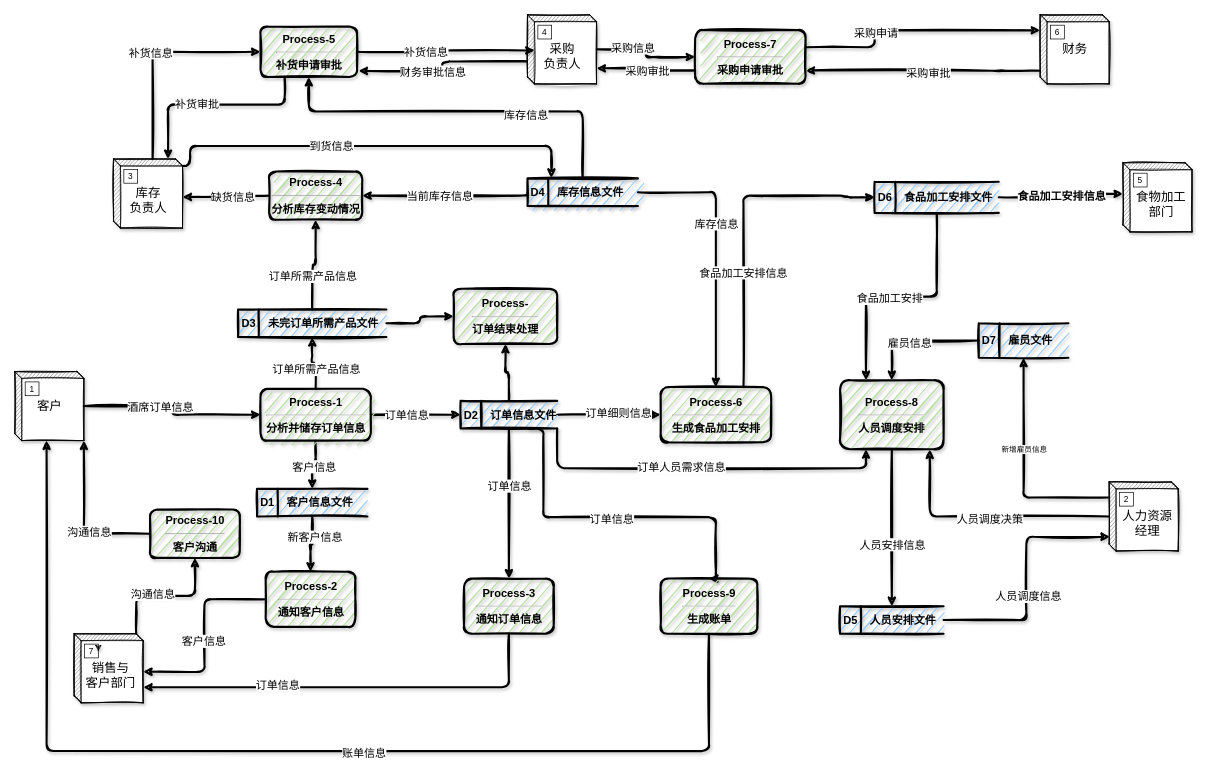
Before: DFD/DFD_layer_0.drawio in YuanchenZhu2020/DrawIO, a draw.io diagram. Source tidied: cells renumbered, new cells numbered last; positions are measured from the earlier drawing's top-left corner, leaving out a move shared by most shapes. Both pictures are drawn from the tidied source at 69%, with x=0, y=0 at pixel (14, 14).
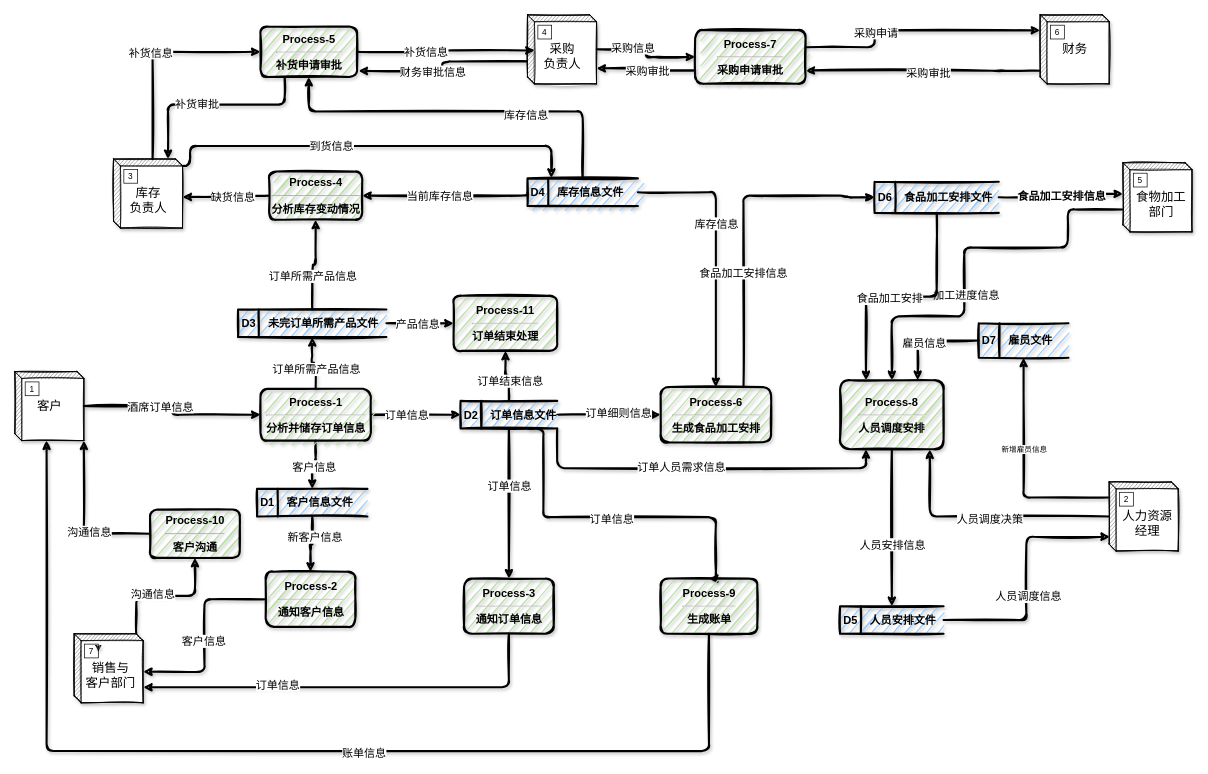
Above is the later version.

The change refers to these unchanged cells:
```xml
<mxCell id="18" value="&lt;font style=&quot;font-size: 18px&quot;&gt;&lt;br&gt;&amp;nbsp; 食物加工&lt;br&gt;&amp;nbsp; 部门&lt;/font&gt;" style="html=1;dashed=0;whitespace=wrap;shape=mxgraph.dfd.externalEntity;sketch=1;shadow=1;" parent="1" vertex="1">
  <mxGeometry x="1606" y="214.5" width="100" height="100" as="geometry" />
</mxCell>
<mxCell id="48" style="edgeStyle=orthogonalEdgeStyle;sketch=1;jettySize=auto;html=1;shadow=1;strokeWidth=3;" parent="1" edge="1" source="51" target="91">
  <mxGeometry relative="1" as="geometry" />
</mxCell>
<mxCell id="63" style="edgeStyle=orthogonalEdgeStyle;sketch=1;jettySize=auto;html=1;entryX=0;entryY=0.5;entryDx=0;entryDy=0;shadow=1;strokeWidth=3;" parent="1" edge="1" source="64" target="91">
  <mxGeometry relative="1" as="geometry" />
</mxCell>
<mxCell id="90" value="&lt;b style=&quot;font-size: 16px&quot;&gt;&lt;font style=&quot;font-size: 16px&quot;&gt;Process-8&lt;/font&gt;&lt;/b&gt;&lt;hr style=&quot;font-size: 16px&quot;&gt;&lt;b style=&quot;font-size: 16px&quot;&gt;&lt;font style=&quot;font-size: 16px&quot;&gt;人员调度安排&lt;/font&gt;&lt;/b&gt;" style="rounded=1;whiteSpace=wrap;html=1;shadow=1;dashed=0;sketch=1;strokeWidth=3;fillColor=#B9E0A5;" parent="1" vertex="1">
  <mxGeometry x="1196" y="529.5" width="150" height="100" as="geometry" />
</mxCell>
<mxCell id="102" value="&lt;b&gt;&lt;font style=&quot;font-size: 16px&quot;&gt;D7&amp;nbsp; &amp;nbsp; 雇员文件&lt;/font&gt;&lt;/b&gt;" style="html=1;dashed=0;whitespace=wrap;shape=mxgraph.dfd.dataStoreID;align=left;spacingLeft=3;points=[[0,0],[0.5,0],[1,0],[0,0.5],[1,0.5],[0,1],[0.5,1],[1,1]];rounded=1;shadow=1;sketch=1;strokeWidth=3;fillColor=#99CCFF;" parent="1" vertex="1">
  <mxGeometry x="1397" y="447" width="130" height="50" as="geometry" />
</mxCell>
```

The edit, as a diff of the source:
```diff
@@
+    <mxCell id="109" style="edgeStyle=orthogonalEdgeStyle;sketch=1;jettySize=auto;html=1;exitX=0;exitY=0;exitDx=0;exitDy=67.5;exitPerimeter=0;shadow=1;strokeWidth=3;entryX=0.5;entryY=0;entryDx=0;entryDy=0;" parent="1" edge="1" source="18" target="90">
+      <mxGeometry relative="1" as="geometry">
+        <Array as="points">
+          <mxPoint x="1526" y="282" />
+          <mxPoint x="1526" y="337" />
+          <mxPoint x="1376" y="337" />
+          <mxPoint x="1376" y="437" />
+          <mxPoint x="1271" y="437" />
+        </Array>
+      </mxGeometry>
+    </mxCell>
+    <mxCell id="110" value="&lt;font style=&quot;font-size: 16px&quot;&gt;加工进度信息&lt;/font&gt;" style="edgeLabel;html=1;align=center;verticalAlign=middle;" parent="109" vertex="1">
+      <mxGeometry x="0.22" y="2" relative="1" as="geometry">
+        <mxPoint y="-1" as="offset" />
+      </mxGeometry>
+    </mxCell>
@@
+    <mxCell id="111" value="&lt;font style=&quot;font-size: 16px&quot;&gt;订单结束信息&lt;/font&gt;" style="edgeLabel;html=1;align=center;verticalAlign=middle;" parent="48" vertex="1">
+      <mxGeometry x="-0.26" y="-1" relative="1" as="geometry" />
+    </mxCell>
@@
+    <mxCell id="112" value="&lt;font style=&quot;font-size: 16px&quot;&gt;产品信息&lt;/font&gt;" style="edgeLabel;html=1;align=center;verticalAlign=middle;" parent="63" vertex="1">
+      <mxGeometry x="-0.35" y="-1" relative="1" as="geometry">
+        <mxPoint x="12.5" y="-1" as="offset" />
+      </mxGeometry>
+    </mxCell>
@@
-    <mxCell id="91" value="&lt;b style=&quot;font-size: 16px&quot;&gt;&lt;font style=&quot;font-size: 16px&quot;&gt;Process-&lt;br&gt;&lt;/font&gt;&lt;/b&gt;&lt;hr style=&quot;font-size: 16px&quot;&gt;&lt;b style=&quot;font-size: 16px&quot;&gt;&lt;font style=&quot;font-size: 16px&quot;&gt;订单结束处理&lt;/font&gt;&lt;/b&gt;" style="rounded=1;whiteSpace=wrap;html=1;shadow=1;dashed=0;sketch=1;strokeWidth=3;fillColor=#B9E0A5;" parent="1" vertex="1">
-      <mxGeometry x="636" y="397" width="150" height="80" as="geometry" />
+    <mxCell id="91" value="&lt;b style=&quot;font-size: 16px&quot;&gt;&lt;font style=&quot;font-size: 16px&quot;&gt;Process-11&lt;br&gt;&lt;/font&gt;&lt;/b&gt;&lt;hr style=&quot;font-size: 16px&quot;&gt;&lt;b style=&quot;font-size: 16px&quot;&gt;&lt;font style=&quot;font-size: 16px&quot;&gt;订单结束处理&lt;/font&gt;&lt;/b&gt;" style="rounded=1;whiteSpace=wrap;html=1;shadow=1;dashed=0;sketch=1;strokeWidth=3;fillColor=#B9E0A5;" parent="1" vertex="1">
+      <mxGeometry x="636" y="407" width="150" height="80" as="geometry" />
     </mxCell>
@@
-    <mxCell id="100" style="edgeStyle=orthogonalEdgeStyle;sketch=1;jettySize=auto;html=1;entryX=0.5;entryY=0;entryDx=0;entryDy=0;shadow=1;strokeWidth=3;" parent="1" edge="1" source="102" target="90">
-      <mxGeometry relative="1" as="geometry" />
+    <mxCell id="100" style="edgeStyle=orthogonalEdgeStyle;sketch=1;jettySize=auto;html=1;entryX=0.75;entryY=0;entryDx=0;entryDy=0;shadow=1;strokeWidth=3;" parent="1" edge="1" source="102" target="90">
+      <mxGeometry relative="1" as="geometry">
+        <Array as="points">
+          <mxPoint x="1309" y="472" />
+        </Array>
+      </mxGeometry>
     </mxCell>
```
